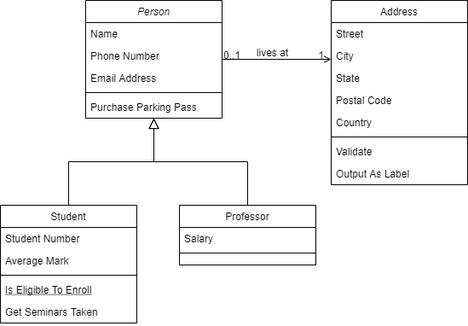
The draw.io diagram 未命名绘图.drawio.png in AustinGatsby/blog-1, before a commit. Source tidied: cells renumbered, new cells last; positions are measured from the earlier drawing's top-left corner, leaving out a move shared by most shapes. Its diagram source:
```xml
<mxGraphModel>
  <root>
    <mxCell id="0" />
    <mxCell id="1" parent="0" />
    <mxCell id="2" value="Person" style="swimlane;fontStyle=2;align=center;verticalAlign=top;horizontal=1;startSize=26;rounded=0;shadow=0;strokeWidth=1;" parent="1" vertex="1">
      <mxGeometry x="100" width="160" height="138" as="geometry" />
    </mxCell>
    <mxCell id="3" value="Name" style="text;align=left;verticalAlign=top;spacingLeft=4;spacingRight=4;overflow=hidden;" parent="2" vertex="1">
      <mxGeometry y="26" width="160" height="26" as="geometry" />
    </mxCell>
    <mxCell id="4" value="Phone Number" style="text;align=left;verticalAlign=top;spacingLeft=4;spacingRight=4;overflow=hidden;rounded=0;shadow=0;html=0;" parent="2" vertex="1">
      <mxGeometry y="52" width="160" height="26" as="geometry" />
    </mxCell>
    <mxCell id="5" value="Email Address" style="text;align=left;verticalAlign=top;spacingLeft=4;spacingRight=4;overflow=hidden;rounded=0;shadow=0;html=0;" parent="2" vertex="1">
      <mxGeometry y="78" width="160" height="26" as="geometry" />
    </mxCell>
    <mxCell id="6" style="line;html=1;strokeWidth=1;align=left;verticalAlign=middle;spacingTop=-1;spacingLeft=3;spacingRight=3;labelPosition=right;" parent="2" vertex="1">
      <mxGeometry y="104" width="160" height="8" as="geometry" />
    </mxCell>
    <mxCell id="7" value="Purchase Parking Pass" style="text;align=left;verticalAlign=top;spacingLeft=4;spacingRight=4;overflow=hidden;" parent="2" vertex="1">
      <mxGeometry y="112" width="160" height="26" as="geometry" />
    </mxCell>
    <mxCell id="8" value="Student" style="swimlane;fontStyle=0;align=center;verticalAlign=top;horizontal=1;startSize=26;rounded=0;shadow=0;strokeWidth=1;" parent="1" vertex="1">
      <mxGeometry y="240" width="160" height="138" as="geometry" />
    </mxCell>
    <mxCell id="9" value="Student Number" style="text;align=left;verticalAlign=top;spacingLeft=4;spacingRight=4;overflow=hidden;" parent="8" vertex="1">
      <mxGeometry y="26" width="160" height="26" as="geometry" />
    </mxCell>
    <mxCell id="10" value="Average Mark" style="text;align=left;verticalAlign=top;spacingLeft=4;spacingRight=4;overflow=hidden;rounded=0;shadow=0;html=0;" parent="8" vertex="1">
      <mxGeometry y="52" width="160" height="26" as="geometry" />
    </mxCell>
    <mxCell id="11" style="line;html=1;strokeWidth=1;align=left;verticalAlign=middle;spacingTop=-1;spacingLeft=3;spacingRight=3;labelPosition=right;" parent="8" vertex="1">
      <mxGeometry y="78" width="160" height="8" as="geometry" />
    </mxCell>
    <mxCell id="12" value="Is Eligible To Enroll" style="text;align=left;verticalAlign=top;spacingLeft=4;spacingRight=4;overflow=hidden;fontStyle=4;" parent="8" vertex="1">
      <mxGeometry y="86" width="160" height="26" as="geometry" />
    </mxCell>
    <mxCell id="13" value="Get Seminars Taken" style="text;align=left;verticalAlign=top;spacingLeft=4;spacingRight=4;overflow=hidden;" parent="8" vertex="1">
      <mxGeometry y="112" width="160" height="26" as="geometry" />
    </mxCell>
    <mxCell id="14" style="endArrow=block;endSize=10;endFill=0;shadow=0;strokeWidth=1;rounded=0;edgeStyle=elbowEdgeStyle;elbow=vertical;" parent="1" edge="1" source="8" target="2">
      <mxGeometry relative="1" as="geometry" />
    </mxCell>
    <mxCell id="15" value="Professor" style="swimlane;fontStyle=0;align=center;verticalAlign=top;horizontal=1;startSize=26;rounded=0;shadow=0;strokeWidth=1;" parent="1" vertex="1">
      <mxGeometry x="210" y="240" width="160" height="70" as="geometry" />
    </mxCell>
    <mxCell id="16" value="Salary" style="text;align=left;verticalAlign=top;spacingLeft=4;spacingRight=4;overflow=hidden;" parent="15" vertex="1">
      <mxGeometry y="26" width="160" height="26" as="geometry" />
    </mxCell>
    <mxCell id="17" style="line;html=1;strokeWidth=1;align=left;verticalAlign=middle;spacingTop=-1;spacingLeft=3;spacingRight=3;labelPosition=right;" parent="15" vertex="1">
      <mxGeometry y="52" width="160" height="8" as="geometry" />
    </mxCell>
    <mxCell id="18" style="endArrow=block;endSize=10;endFill=0;shadow=0;strokeWidth=1;rounded=0;edgeStyle=elbowEdgeStyle;elbow=vertical;" parent="1" edge="1" source="15" target="2">
      <mxGeometry relative="1" as="geometry" />
    </mxCell>
    <mxCell id="19" value="Address" style="swimlane;fontStyle=0;align=center;verticalAlign=top;horizontal=1;startSize=26;rounded=0;shadow=0;strokeWidth=1;" parent="1" vertex="1">
      <mxGeometry x="388" width="160" height="216" as="geometry" />
    </mxCell>
    <mxCell id="20" value="Street" style="text;align=left;verticalAlign=top;spacingLeft=4;spacingRight=4;overflow=hidden;" parent="19" vertex="1">
      <mxGeometry y="26" width="160" height="26" as="geometry" />
    </mxCell>
    <mxCell id="21" value="City" style="text;align=left;verticalAlign=top;spacingLeft=4;spacingRight=4;overflow=hidden;rounded=0;shadow=0;html=0;" parent="19" vertex="1">
      <mxGeometry y="52" width="160" height="26" as="geometry" />
    </mxCell>
    <mxCell id="22" value="State" style="text;align=left;verticalAlign=top;spacingLeft=4;spacingRight=4;overflow=hidden;rounded=0;shadow=0;html=0;" parent="19" vertex="1">
      <mxGeometry y="78" width="160" height="26" as="geometry" />
    </mxCell>
    <mxCell id="23" value="Postal Code" style="text;align=left;verticalAlign=top;spacingLeft=4;spacingRight=4;overflow=hidden;rounded=0;shadow=0;html=0;" parent="19" vertex="1">
      <mxGeometry y="104" width="160" height="26" as="geometry" />
    </mxCell>
    <mxCell id="24" value="Country" style="text;align=left;verticalAlign=top;spacingLeft=4;spacingRight=4;overflow=hidden;rounded=0;shadow=0;html=0;" parent="19" vertex="1">
      <mxGeometry y="130" width="160" height="26" as="geometry" />
    </mxCell>
    <mxCell id="25" style="line;html=1;strokeWidth=1;align=left;verticalAlign=middle;spacingTop=-1;spacingLeft=3;spacingRight=3;labelPosition=right;" parent="19" vertex="1">
      <mxGeometry y="156" width="160" height="8" as="geometry" />
    </mxCell>
    <mxCell id="26" value="Validate" style="text;align=left;verticalAlign=top;spacingLeft=4;spacingRight=4;overflow=hidden;" parent="19" vertex="1">
      <mxGeometry y="164" width="160" height="26" as="geometry" />
    </mxCell>
    <mxCell id="27" value="Output As Label" style="text;align=left;verticalAlign=top;spacingLeft=4;spacingRight=4;overflow=hidden;" parent="19" vertex="1">
      <mxGeometry y="190" width="160" height="26" as="geometry" />
    </mxCell>
    <mxCell id="28" style="endArrow=open;shadow=0;strokeWidth=1;rounded=0;endFill=1;edgeStyle=elbowEdgeStyle;elbow=vertical;" parent="1" edge="1" source="2" target="19">
      <mxGeometry x="0.5" y="41" relative="1" as="geometry">
        <mxPoint x="-40" y="32" as="offset" />
      </mxGeometry>
    </mxCell>
    <mxCell id="29" value="0..1" style="align=left;verticalAlign=bottom;labelBackgroundColor=none;fontSize=12;" parent="28" vertex="1">
      <mxGeometry x="-1" relative="1" as="geometry">
        <mxPoint y="4" as="offset" />
      </mxGeometry>
    </mxCell>
    <mxCell id="30" value="1" style="align=right;verticalAlign=bottom;labelBackgroundColor=none;fontSize=12;" parent="28" vertex="1">
      <mxGeometry x="1" relative="1" as="geometry">
        <mxPoint x="-7" y="4" as="offset" />
      </mxGeometry>
    </mxCell>
    <mxCell id="31" value="lives at" style="text;html=1;align=center;verticalAlign=middle;labelBackgroundColor=none;rounded=0;shadow=0;strokeWidth=1;fontSize=12;" parent="28" vertex="1">
      <mxGeometry x="0.5" y="49" relative="1" as="geometry">
        <mxPoint x="-38" y="40" as="offset" />
      </mxGeometry>
    </mxCell>
  </root>
</mxGraphModel>
```
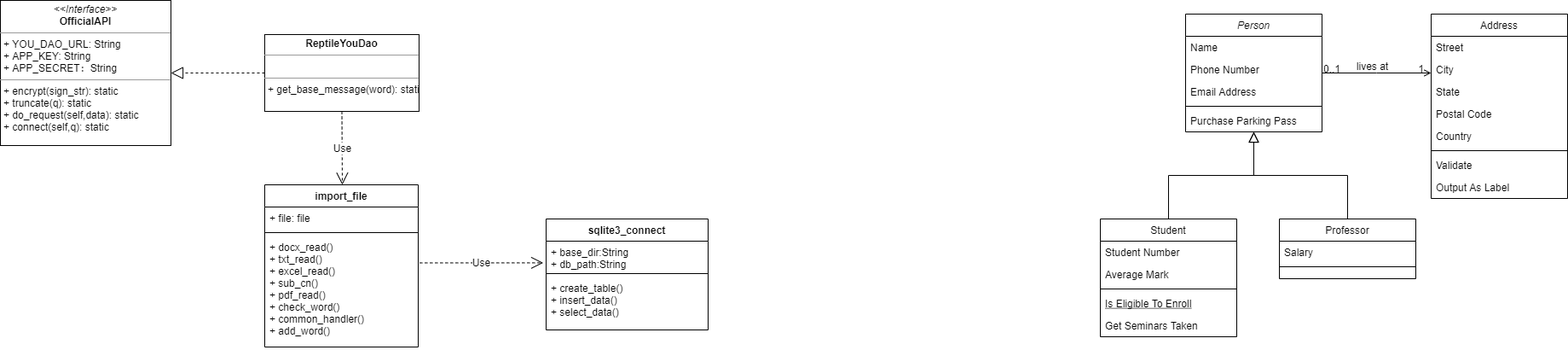
The same file after the commit.

Commit message:
更新未命名绘图.drawio.png

The edit, as a diff of the source:
```diff
@@ -100,5 +100,46 @@
         <mxPoint x="-38" y="40" as="offset" />
       </mxGeometry>
     </mxCell>
+    <mxCell id="32" value="&lt;p style=&quot;margin:0px;margin-top:4px;text-align:center;&quot;&gt;&lt;i&gt;&amp;lt;&amp;lt;Interface&amp;gt;&amp;gt;&lt;/i&gt;&lt;br&gt;&lt;b&gt;OfficialAPI&lt;/b&gt;&lt;/p&gt;&lt;hr size=&quot;1&quot;&gt;&lt;p style=&quot;margin:0px;margin-left:4px;&quot;&gt;+ YOU_DAO_URL: String&lt;br&gt;+ APP_KEY: String&lt;/p&gt;&lt;p style=&quot;margin:0px;margin-left:4px;&quot;&gt;+ APP_SECRET：String&lt;/p&gt;&lt;hr size=&quot;1&quot;&gt;&lt;p style=&quot;margin:0px;margin-left:4px;&quot;&gt;+ encrypt(sign_str): static&lt;br&gt;+ truncate(q): static&lt;/p&gt;&lt;p style=&quot;margin:0px;margin-left:4px;&quot;&gt;+ do_request(self,data): static&lt;br&gt;&lt;/p&gt;&lt;p style=&quot;margin:0px;margin-left:4px;&quot;&gt;+ connect(self,q): static&lt;br&gt;&lt;/p&gt;" style="verticalAlign=top;align=left;overflow=fill;fontSize=12;fontFamily=Helvetica;html=1;" parent="1" vertex="1">
+      <mxGeometry x="-1290" y="-16" width="200" height="170" as="geometry" />
+    </mxCell>
+    <mxCell id="33" value="&lt;p style=&quot;margin:0px;margin-top:4px;text-align:center;&quot;&gt;&lt;b&gt;ReptileYouDao&lt;/b&gt;&lt;/p&gt;&lt;hr size=&quot;1&quot;&gt;&lt;p style=&quot;margin:0px;margin-left:4px;&quot;&gt;&lt;br&gt;&lt;/p&gt;&lt;hr size=&quot;1&quot;&gt;&lt;p style=&quot;margin:0px;margin-left:4px;&quot;&gt;+ get_base_message(word): static&lt;/p&gt;" style="verticalAlign=top;align=left;overflow=fill;fontSize=12;fontFamily=Helvetica;html=1;" parent="1" vertex="1">
+      <mxGeometry x="-980" y="24" width="181" height="90" as="geometry" />
+    </mxCell>
+    <mxCell id="34" style="endArrow=block;dashed=1;endFill=0;endSize=12;html=1;rounded=0;entryX=1;entryY=0.5;entryDx=0;entryDy=0;exitX=0;exitY=0.5;exitDx=0;exitDy=0;" parent="1" edge="1" source="33" target="32">
+      <mxGeometry relative="1" as="geometry" />
+    </mxCell>
+    <mxCell id="35" value="Use" style="endArrow=open;endSize=12;dashed=1;html=1;rounded=0;exitX=0.5;exitY=1;exitDx=0;exitDy=0;entryX=0.5;entryY=0;entryDx=0;entryDy=0;" parent="1" edge="1" source="33">
+      <mxGeometry relative="1" as="geometry">
+        <mxPoint x="-889" y="200" as="targetPoint" />
+      </mxGeometry>
+    </mxCell>
+    <mxCell id="36" value="import_file" style="swimlane;fontStyle=1;align=center;verticalAlign=top;horizontal=1;startSize=26;" parent="1" vertex="1">
+      <mxGeometry x="-980" y="200" width="180" height="190" as="geometry" />
+    </mxCell>
+    <mxCell id="37" value="+ file: file" style="text;strokeColor=none;fillColor=none;align=left;verticalAlign=top;spacingLeft=4;spacingRight=4;overflow=hidden;" parent="36" vertex="1">
+      <mxGeometry y="26" width="180" height="26" as="geometry" />
+    </mxCell>
+    <mxCell id="38" style="line;strokeWidth=1;fillColor=none;align=left;verticalAlign=middle;spacingTop=-1;spacingLeft=3;spacingRight=3;labelPosition=right;strokeColor=inherit;" parent="36" vertex="1">
+      <mxGeometry y="52" width="180" height="8" as="geometry" />
+    </mxCell>
+    <mxCell id="39" value="+ docx_read()&#10;+ txt_read()&#10;+ excel_read()&#10;+ sub_cn()&#10;+ pdf_read()&#10;+ check_word()&#10;+ common_handler()&#10;+ add_word()" style="text;strokeColor=none;fillColor=none;align=left;verticalAlign=top;spacingLeft=4;spacingRight=4;overflow=hidden;points=[[0,0.5],[1,0.5]];portConstraint=eastwest;" parent="36" vertex="1">
+      <mxGeometry y="60" width="180" height="130" as="geometry" />
+    </mxCell>
+    <mxCell id="40" value="sqlite3_connect" style="swimlane;fontStyle=1;align=center;verticalAlign=top;horizontal=1;startSize=26;" parent="1" vertex="1">
+      <mxGeometry x="-650" y="240" width="190" height="130" as="geometry" />
+    </mxCell>
+    <mxCell id="41" value="+ base_dir:String&#10;+ db_path:String" style="text;strokeColor=none;fillColor=none;align=left;verticalAlign=top;spacingLeft=4;spacingRight=4;overflow=hidden;points=[[0,0.5],[1,0.5]];portConstraint=eastwest;" parent="40" vertex="1">
+      <mxGeometry y="26" width="190" height="34" as="geometry" />
+    </mxCell>
+    <mxCell id="42" style="line;strokeWidth=1;fillColor=none;align=left;verticalAlign=middle;spacingTop=-1;spacingLeft=3;spacingRight=3;labelPosition=right;strokeColor=inherit;" parent="40" vertex="1">
+      <mxGeometry y="60" width="190" height="8" as="geometry" />
+    </mxCell>
+    <mxCell id="43" value="+ create_table()&#10;+ insert_data()&#10;+ select_data()" style="text;strokeColor=none;fillColor=none;align=left;verticalAlign=top;spacingLeft=4;spacingRight=4;overflow=hidden;" parent="40" vertex="1">
+      <mxGeometry y="68" width="190" height="62" as="geometry" />
+    </mxCell>
+    <mxCell id="44" value="Use" style="endArrow=open;endSize=12;dashed=1;html=1;rounded=0;exitX=1.01;exitY=0.242;exitDx=0;exitDy=0;entryX=-0.018;entryY=0.747;entryDx=0;entryDy=0;entryPerimeter=0;exitPerimeter=0;" parent="1" edge="1" source="39" target="41">
+      <mxGeometry relative="1" as="geometry" />
+    </mxCell>
   </root>
 </mxGraphModel>
```
